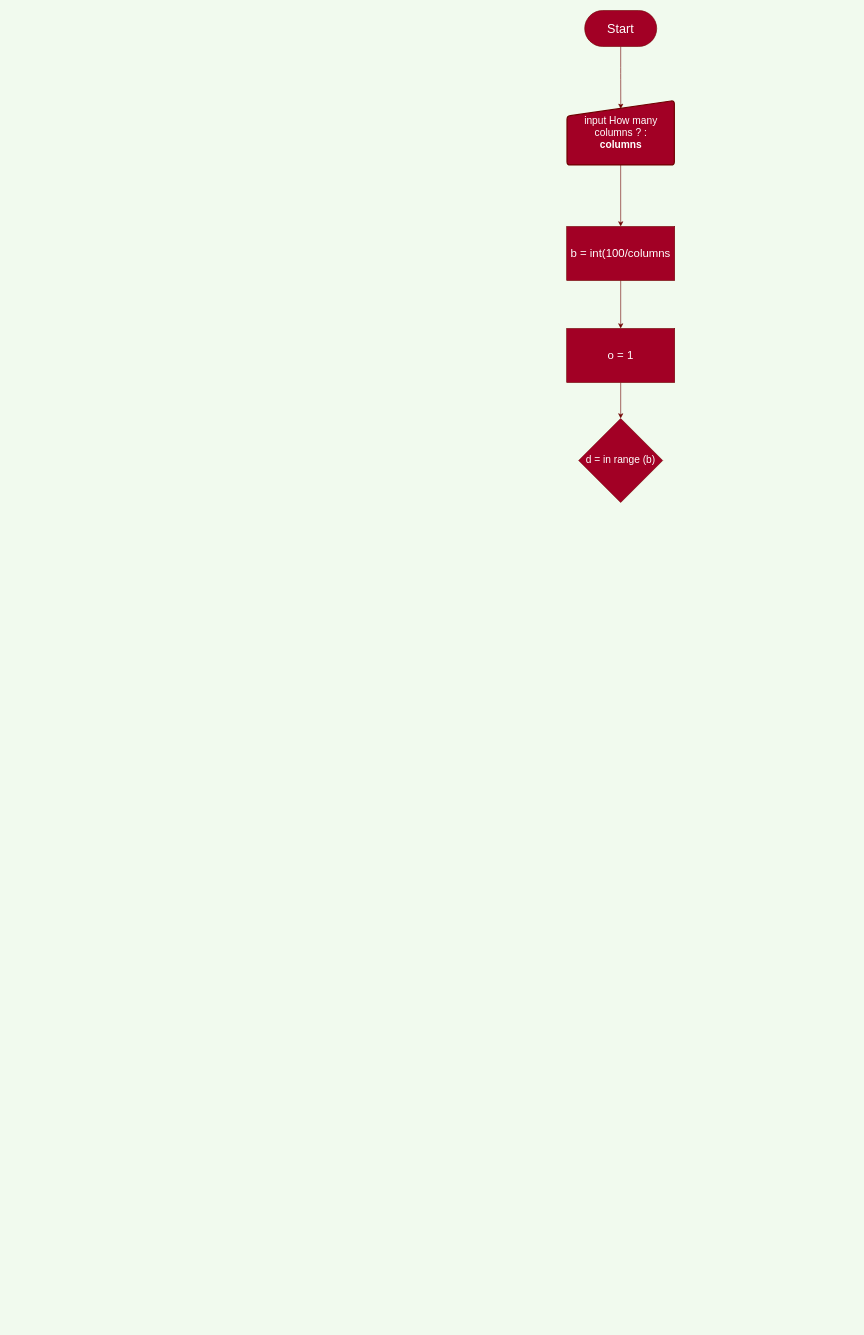
The draw.io diagram Homework/flowHomework_02.drawio in JakapatJod/INE-PYTHON-64, before the edit. Source tidied: cells renumbered, new cells numbered last; positions are measured from the earlier drawing's top-left corner, leaving out a move shared by most shapes. Both pictures are drawn from the tidied source at 60%, with x=0, y=0 at pixel (566, 10).
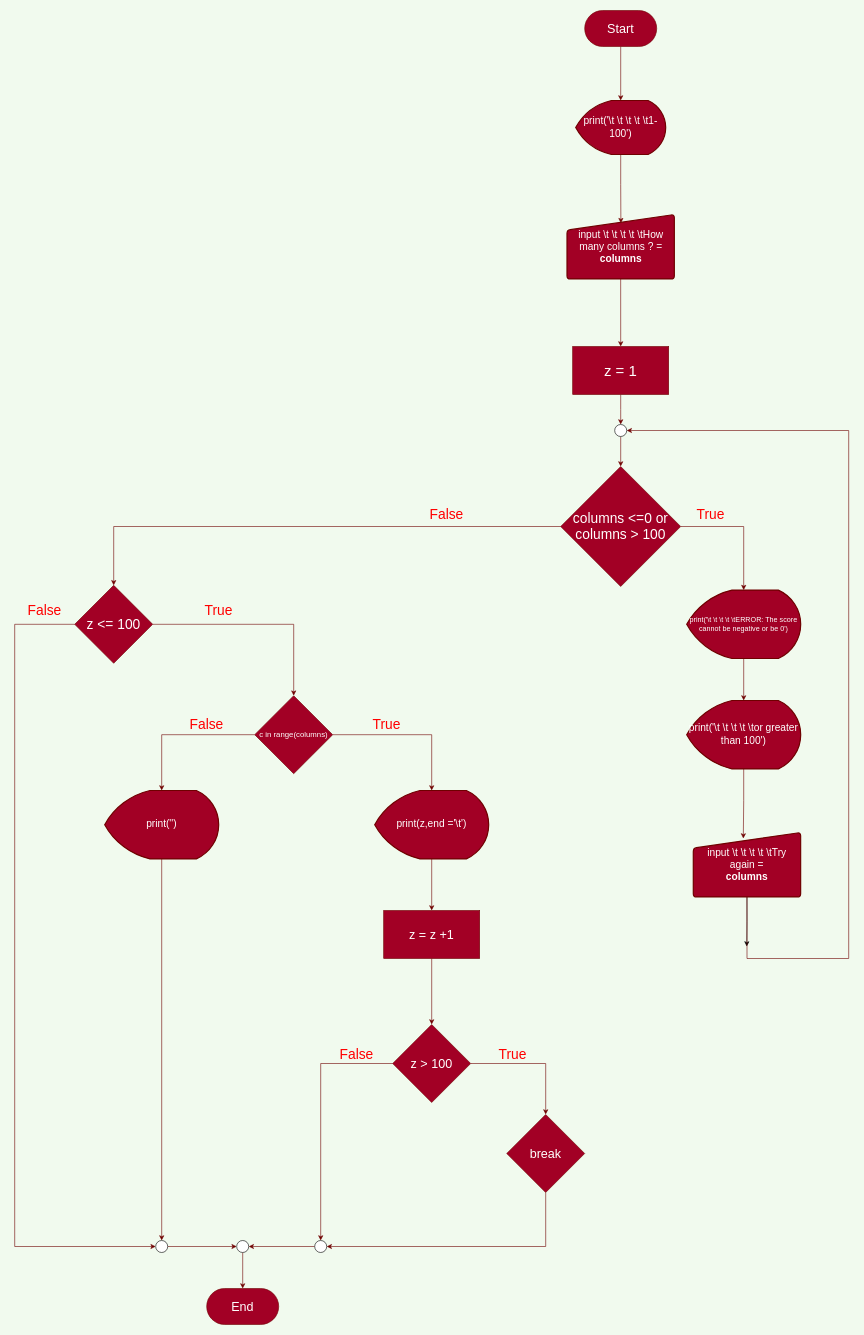
The same diagram, later.

Unchanged cells that the change refers to:
```xml
<mxCell id="3" value="&lt;font style=&quot;font-size: 21px&quot;&gt;Start&lt;/font&gt;" style="rounded=1;whiteSpace=wrap;html=1;arcSize=50;fillColor=#a20025;strokeColor=#6F0000;fontColor=#ffffff;" parent="1" vertex="1">
  <mxGeometry x="30" width="120" height="60" as="geometry" />
</mxCell>
```

What changed in the source:
```diff
@@
-    <mxCell id="2" style="edgeStyle=orthogonalEdgeStyle;curved=0;rounded=1;sketch=0;jettySize=auto;html=1;exitX=0.5;exitY=1;exitDx=0;exitDy=0;fontColor=#1D3557;strokeColor=#6F0000;fillColor=#a20025;entryX=0.501;entryY=0.131;entryDx=0;entryDy=0;entryPerimeter=0;" parent="1" edge="1" source="3" target="5">
-      <mxGeometry relative="1" as="geometry" />
-    </mxCell>
+    <mxCell id="11" style="edgeStyle=orthogonalEdgeStyle;rounded=0;jettySize=auto;html=1;exitX=0.5;exitY=1;exitDx=0;exitDy=0;entryX=0.5;entryY=0;entryDx=0;entryDy=0;entryPerimeter=0;fillColor=#a20025;strokeColor=#6F0000;" parent="1" edge="1" source="3" target="8">
+      <mxGeometry relative="1" as="geometry" />
+    </mxCell>
@@
-    <mxCell id="4" style="edgeStyle=orthogonalEdgeStyle;curved=0;rounded=1;sketch=0;jettySize=auto;html=1;exitX=0.5;exitY=1;exitDx=0;exitDy=0;entryX=0.5;entryY=0;entryDx=0;entryDy=0;fontColor=#1D3557;strokeColor=#6F0000;fillColor=#a20025;" parent="1" edge="1" source="5" target="7">
-      <mxGeometry relative="1" as="geometry" />
-    </mxCell>
+    <mxCell id="12" style="edgeStyle=orthogonalEdgeStyle;rounded=0;jettySize=auto;html=1;exitX=0.5;exitY=1;exitDx=0;exitDy=0;entryX=0.5;entryY=0;entryDx=0;entryDy=0;fillColor=#a20025;strokeColor=#6F0000;" parent="1" edge="1" source="5" target="15">
+      <mxGeometry relative="1" as="geometry" />
+    </mxCell>
-    <mxCell id="5" value="&lt;font style=&quot;font-size: 17px&quot;&gt;input How many columns ? :&lt;br&gt;&lt;b&gt;columns&lt;/b&gt;&lt;br&gt;&lt;/font&gt;" style="html=1;strokeWidth=2;shape=manualInput;whiteSpace=wrap;rounded=1;size=26;arcSize=11;fillColor=#a20025;strokeColor=#6F0000;fontColor=#ffffff;" parent="1" vertex="1">
-      <mxGeometry x="0.5" y="150" width="178.9" height="107.4" as="geometry" />
+    <mxCell id="5" value="&lt;font style=&quot;font-size: 17px&quot;&gt;input \t \t \t \t \tHow many columns ? =&lt;br&gt;&lt;b&gt;columns&lt;/b&gt;&lt;br&gt;&lt;/font&gt;" style="html=1;strokeWidth=2;shape=manualInput;whiteSpace=wrap;rounded=1;size=26;arcSize=11;fillColor=#a20025;strokeColor=#6F0000;fontColor=#ffffff;" parent="1" vertex="1">
+      <mxGeometry x="0.5" y="340" width="178.9" height="107.4" as="geometry" />
     </mxCell>
-    <mxCell id="6" style="edgeStyle=orthogonalEdgeStyle;curved=0;rounded=1;sketch=0;jettySize=auto;html=1;exitX=0.5;exitY=1;exitDx=0;exitDy=0;entryX=0.5;entryY=0;entryDx=0;entryDy=0;fontColor=#1D3557;strokeColor=#6F0000;fillColor=#a20025;" parent="1" edge="1" source="7" target="9">
-      <mxGeometry relative="1" as="geometry" />
-    </mxCell>
-    <mxCell id="7" value="&lt;font style=&quot;font-size: 19px&quot;&gt;b = int(100/columns&lt;/font&gt;" style="rounded=0;whiteSpace=wrap;html=1;sketch=0;fontColor=#ffffff;strokeColor=#6F0000;fillColor=#a20025;" parent="1" vertex="1">
-      <mxGeometry y="360" width="180" height="90" as="geometry" />
-    </mxCell>
+    <mxCell id="13" style="edgeStyle=orthogonalEdgeStyle;rounded=0;jettySize=auto;html=1;exitX=0.5;exitY=1;exitDx=0;exitDy=0;exitPerimeter=0;entryX=0.502;entryY=0.135;entryDx=0;entryDy=0;fillColor=#a20025;strokeColor=#6F0000;entryPerimeter=0;" parent="1" edge="1" source="8" target="5">
+      <mxGeometry relative="1" as="geometry" />
+    </mxCell>
-    <mxCell id="8" style="edgeStyle=orthogonalEdgeStyle;curved=0;rounded=1;sketch=0;jettySize=auto;html=1;exitX=0.5;exitY=1;exitDx=0;exitDy=0;entryX=0.5;entryY=0;entryDx=0;entryDy=0;fontColor=#1D3557;strokeColor=#6F0000;fillColor=#a20025;" parent="1" edge="1" source="9" target="10">
-      <mxGeometry relative="1" as="geometry" />
+    <mxCell id="8" value="&lt;font style=&quot;font-size: 17px&quot;&gt;print('\t \t \t \t \t1-100')&lt;/font&gt;" style="strokeWidth=2;html=1;shape=mxgraph.flowchart.display;whiteSpace=wrap;fillColor=#a20025;strokeColor=#6F0000;fontColor=#ffffff;" parent="1" vertex="1">
+      <mxGeometry x="15" y="150" width="150" height="90" as="geometry" />
     </mxCell>
-    <mxCell id="9" value="&lt;span style=&quot;font-size: 19px&quot;&gt;o = 1&lt;/span&gt;" style="rounded=0;whiteSpace=wrap;html=1;sketch=0;fontColor=#ffffff;strokeColor=#6F0000;fillColor=#a20025;" parent="1" vertex="1">
-      <mxGeometry y="530" width="180" height="90" as="geometry" />
-    </mxCell>
-    <mxCell id="10" value="&lt;font style=&quot;font-size: 17px&quot;&gt;d = in range (b)&lt;/font&gt;" style="rhombus;whiteSpace=wrap;html=1;rounded=0;sketch=0;fontColor=#ffffff;strokeColor=#6F0000;fillColor=#a20025;" parent="1" vertex="1">
-      <mxGeometry x="20" y="680" width="140" height="140" as="geometry" />
-    </mxCell>
+    <mxCell id="14" style="edgeStyle=orthogonalEdgeStyle;rounded=0;jettySize=auto;html=1;exitX=0.5;exitY=1;exitDx=0;exitDy=0;fillColor=#a20025;strokeColor=#6F0000;" parent="1" edge="1" source="15">
+      <mxGeometry relative="1" as="geometry">
+        <mxPoint x="90" y="690" as="targetPoint" />
+      </mxGeometry>
+    </mxCell>
+    <mxCell id="15" value="&lt;font style=&quot;font-size: 25px&quot;&gt;z = 1&lt;/font&gt;" style="rounded=0;whiteSpace=wrap;html=1;fillColor=#a20025;strokeColor=#6F0000;fontColor=#ffffff;" parent="1" vertex="1">
+      <mxGeometry x="10" y="560" width="160" height="80" as="geometry" />
+    </mxCell>
+    <mxCell id="16" style="edgeStyle=orthogonalEdgeStyle;rounded=0;jettySize=auto;html=1;exitX=1;exitY=0.5;exitDx=0;exitDy=0;entryX=0.5;entryY=0;entryDx=0;entryDy=0;entryPerimeter=0;fillColor=#a20025;strokeColor=#6F0000;" parent="1" edge="1" source="18" target="20">
+      <mxGeometry relative="1" as="geometry" />
+    </mxCell>
+    <mxCell id="17" style="edgeStyle=orthogonalEdgeStyle;rounded=0;jettySize=auto;html=1;exitX=0;exitY=0.5;exitDx=0;exitDy=0;fillColor=#a20025;strokeColor=#6F0000;entryX=0.5;entryY=0;entryDx=0;entryDy=0;" parent="1" edge="1" source="18" target="32">
+      <mxGeometry relative="1" as="geometry" />
+    </mxCell>
+    <mxCell id="18" value="&lt;span style=&quot;font-size: 23px&quot;&gt;columns &amp;lt;=0 or columns &amp;gt; 100&lt;/span&gt;" style="rhombus;whiteSpace=wrap;html=1;fillColor=#a20025;strokeColor=#6F0000;fontColor=#ffffff;" parent="1" vertex="1">
+      <mxGeometry x="-10" y="760" width="200" height="200" as="geometry" />
+    </mxCell>
+    <mxCell id="19" style="edgeStyle=orthogonalEdgeStyle;rounded=0;jettySize=auto;html=1;exitX=0.5;exitY=1;exitDx=0;exitDy=0;exitPerimeter=0;entryX=0.5;entryY=0;entryDx=0;entryDy=0;entryPerimeter=0;fillColor=#a20025;strokeColor=#6F0000;" parent="1" edge="1" source="20" target="22">
+      <mxGeometry relative="1" as="geometry" />
+    </mxCell>
+    <mxCell id="20" value="print('\t \t \t \t \tERROR: The score cannot be negative or be 0')" style="strokeWidth=2;html=1;shape=mxgraph.flowchart.display;whiteSpace=wrap;fillColor=#a20025;strokeColor=#6F0000;fontColor=#ffffff;" parent="1" vertex="1">
+      <mxGeometry x="200" y="966" width="190" height="114" as="geometry" />
+    </mxCell>
+    <mxCell id="21" style="edgeStyle=orthogonalEdgeStyle;rounded=0;jettySize=auto;html=1;exitX=0.5;exitY=1;exitDx=0;exitDy=0;exitPerimeter=0;entryX=0.466;entryY=0.093;entryDx=0;entryDy=0;entryPerimeter=0;fillColor=#a20025;strokeColor=#6F0000;" parent="1" edge="1" source="22" target="25">
+      <mxGeometry relative="1" as="geometry" />
+    </mxCell>
+    <mxCell id="22" value="&lt;font style=&quot;font-size: 17px&quot;&gt;print('\t \t \t \t \tor greater than 100')&lt;/font&gt;" style="strokeWidth=2;html=1;shape=mxgraph.flowchart.display;whiteSpace=wrap;fillColor=#a20025;strokeColor=#6F0000;fontColor=#ffffff;" parent="1" vertex="1">
+      <mxGeometry x="200" y="1150" width="190" height="114" as="geometry" />
+    </mxCell>
+    <mxCell id="23" style="edgeStyle=orthogonalEdgeStyle;rounded=0;jettySize=auto;html=1;exitX=0.5;exitY=1;exitDx=0;exitDy=0;" parent="1" edge="1" source="25">
+      <mxGeometry relative="1" as="geometry">
+        <mxPoint x="300.1" y="1560" as="targetPoint" />
+      </mxGeometry>
+    </mxCell>
+    <mxCell id="24" style="edgeStyle=orthogonalEdgeStyle;rounded=0;jettySize=auto;html=1;exitX=0.5;exitY=1;exitDx=0;exitDy=0;fillColor=#a20025;strokeColor=#6F0000;entryX=1;entryY=0.5;entryDx=0;entryDy=0;entryPerimeter=0;" parent="1" edge="1" source="25" target="27">
+      <mxGeometry relative="1" as="geometry">
+        <Array as="points">
+          <mxPoint x="301" y="1580" />
+          <mxPoint x="470" y="1580" />
+          <mxPoint x="470" y="700" />
+        </Array>
+      </mxGeometry>
+    </mxCell>
+    <mxCell id="25" value="&lt;font style=&quot;font-size: 17px&quot;&gt;input \t \t \t \t \tTry again =&lt;br&gt;&lt;b&gt;columns&lt;/b&gt;&lt;br&gt;&lt;/font&gt;" style="html=1;strokeWidth=2;shape=manualInput;whiteSpace=wrap;rounded=1;size=26;arcSize=11;fillColor=#a20025;strokeColor=#6F0000;fontColor=#ffffff;" parent="1" vertex="1">
+      <mxGeometry x="211" y="1370" width="178.9" height="107.4" as="geometry" />
+    </mxCell>
+    <mxCell id="26" style="edgeStyle=orthogonalEdgeStyle;rounded=0;jettySize=auto;html=1;exitX=0.5;exitY=1;exitDx=0;exitDy=0;exitPerimeter=0;entryX=0.5;entryY=0;entryDx=0;entryDy=0;fillColor=#a20025;strokeColor=#6F0000;" parent="1" edge="1" source="27" target="18">
+      <mxGeometry relative="1" as="geometry" />
+    </mxCell>
+    <mxCell id="27" style="verticalLabelPosition=bottom;verticalAlign=top;html=1;shape=mxgraph.flowchart.on-page_reference;" parent="1" vertex="1">
+      <mxGeometry x="80" y="690" width="20" height="20" as="geometry" />
+    </mxCell>
+    <mxCell id="28" value="&lt;font color=&quot;#ff0000&quot; style=&quot;font-size: 23px&quot;&gt;True&lt;/font&gt;" style="text;html=1;strokeColor=none;fillColor=none;align=center;verticalAlign=middle;whiteSpace=wrap;rounded=0;" parent="1" vertex="1">
+      <mxGeometry x="220" y="830" width="40" height="20" as="geometry" />
+    </mxCell>
+    <mxCell id="29" value="&lt;font color=&quot;#ff0000&quot;&gt;&lt;span style=&quot;font-size: 23px&quot;&gt;False&lt;/span&gt;&lt;/font&gt;" style="text;html=1;strokeColor=none;fillColor=none;align=center;verticalAlign=middle;whiteSpace=wrap;rounded=0;" parent="1" vertex="1">
+      <mxGeometry x="-220" y="830" width="40" height="20" as="geometry" />
+    </mxCell>
+    <mxCell id="30" style="edgeStyle=orthogonalEdgeStyle;rounded=0;jettySize=auto;html=1;exitX=1;exitY=0.5;exitDx=0;exitDy=0;entryX=0.5;entryY=0;entryDx=0;entryDy=0;fillColor=#a20025;strokeColor=#6F0000;" parent="1" edge="1" source="32" target="35">
+      <mxGeometry relative="1" as="geometry" />
+    </mxCell>
+    <mxCell id="31" style="edgeStyle=orthogonalEdgeStyle;rounded=0;jettySize=auto;html=1;exitX=0;exitY=0.5;exitDx=0;exitDy=0;fillColor=#a20025;strokeColor=#6F0000;entryX=0;entryY=0.5;entryDx=0;entryDy=0;entryPerimeter=0;" parent="1" edge="1" source="32" target="54">
+      <mxGeometry relative="1" as="geometry">
+        <Array as="points">
+          <mxPoint x="-920" y="1023" />
+          <mxPoint x="-920" y="2060" />
+        </Array>
+      </mxGeometry>
+    </mxCell>
+    <mxCell id="32" value="&lt;span style=&quot;font-size: 23px&quot;&gt;z &amp;lt;= 100&lt;/span&gt;" style="rhombus;whiteSpace=wrap;html=1;fillColor=#a20025;strokeColor=#6F0000;fontColor=#ffffff;" parent="1" vertex="1">
+      <mxGeometry x="-820" y="958" width="130" height="130" as="geometry" />
+    </mxCell>
+    <mxCell id="33" style="edgeStyle=orthogonalEdgeStyle;rounded=0;jettySize=auto;html=1;exitX=1;exitY=0.5;exitDx=0;exitDy=0;entryX=0.5;entryY=0;entryDx=0;entryDy=0;entryPerimeter=0;fillColor=#a20025;strokeColor=#6F0000;" parent="1" edge="1" source="35" target="37">
+      <mxGeometry relative="1" as="geometry" />
+    </mxCell>
+    <mxCell id="34" style="edgeStyle=orthogonalEdgeStyle;rounded=0;jettySize=auto;html=1;exitX=0;exitY=0.5;exitDx=0;exitDy=0;entryX=0.5;entryY=0;entryDx=0;entryDy=0;entryPerimeter=0;fillColor=#a20025;strokeColor=#6F0000;" parent="1" edge="1" source="35" target="48">
+      <mxGeometry relative="1" as="geometry" />
+    </mxCell>
+    <mxCell id="35" value="&lt;font style=&quot;font-size: 13px&quot;&gt;c in range(columns)&lt;/font&gt;" style="rhombus;whiteSpace=wrap;html=1;fillColor=#a20025;strokeColor=#6F0000;fontColor=#ffffff;" parent="1" vertex="1">
+      <mxGeometry x="-520" y="1142" width="130" height="130" as="geometry" />
+    </mxCell>
+    <mxCell id="36" style="edgeStyle=orthogonalEdgeStyle;rounded=0;jettySize=auto;html=1;exitX=0.5;exitY=1;exitDx=0;exitDy=0;exitPerimeter=0;entryX=0.5;entryY=0;entryDx=0;entryDy=0;fillColor=#a20025;strokeColor=#6F0000;" parent="1" edge="1" source="37" target="39">
+      <mxGeometry relative="1" as="geometry" />
+    </mxCell>
+    <mxCell id="37" value="&lt;font style=&quot;font-size: 17px&quot;&gt;print(z,end ='\t')&lt;/font&gt;" style="strokeWidth=2;html=1;shape=mxgraph.flowchart.display;whiteSpace=wrap;fillColor=#a20025;strokeColor=#6F0000;fontColor=#ffffff;" parent="1" vertex="1">
+      <mxGeometry x="-320" y="1300" width="190" height="114" as="geometry" />
+    </mxCell>
+    <mxCell id="38" style="edgeStyle=orthogonalEdgeStyle;rounded=0;jettySize=auto;html=1;exitX=0.5;exitY=1;exitDx=0;exitDy=0;entryX=0.5;entryY=0;entryDx=0;entryDy=0;fillColor=#a20025;strokeColor=#6F0000;" parent="1" edge="1" source="39" target="42">
+      <mxGeometry relative="1" as="geometry" />
+    </mxCell>
+    <mxCell id="39" value="&lt;font style=&quot;font-size: 21px&quot;&gt;z = z +1&lt;/font&gt;" style="rounded=0;whiteSpace=wrap;html=1;fillColor=#a20025;strokeColor=#6F0000;fontColor=#ffffff;" parent="1" vertex="1">
+      <mxGeometry x="-305" y="1500" width="160" height="80" as="geometry" />
+    </mxCell>
+    <mxCell id="40" style="edgeStyle=orthogonalEdgeStyle;rounded=0;jettySize=auto;html=1;exitX=1;exitY=0.5;exitDx=0;exitDy=0;entryX=0.5;entryY=0;entryDx=0;entryDy=0;fillColor=#a20025;strokeColor=#6F0000;" parent="1" edge="1" source="42" target="44">
+      <mxGeometry relative="1" as="geometry" />
+    </mxCell>
+    <mxCell id="41" style="edgeStyle=orthogonalEdgeStyle;rounded=0;jettySize=auto;html=1;exitX=0;exitY=0.5;exitDx=0;exitDy=0;fillColor=#a20025;strokeColor=#6F0000;entryX=0.5;entryY=0;entryDx=0;entryDy=0;entryPerimeter=0;" parent="1" edge="1" source="42" target="56">
+      <mxGeometry relative="1" as="geometry" />
+    </mxCell>
+    <mxCell id="42" value="&lt;font style=&quot;font-size: 21px&quot;&gt;z &amp;gt; 100&lt;/font&gt;" style="rhombus;whiteSpace=wrap;html=1;fillColor=#a20025;strokeColor=#6F0000;fontColor=#ffffff;" parent="1" vertex="1">
+      <mxGeometry x="-290" y="1690" width="130" height="130" as="geometry" />
+    </mxCell>
+    <mxCell id="43" style="edgeStyle=orthogonalEdgeStyle;rounded=0;jettySize=auto;html=1;exitX=0.5;exitY=1;exitDx=0;exitDy=0;fillColor=#a20025;strokeColor=#6F0000;entryX=1;entryY=0.5;entryDx=0;entryDy=0;entryPerimeter=0;" parent="1" edge="1" source="44" target="56">
+      <mxGeometry relative="1" as="geometry" />
+    </mxCell>
+    <mxCell id="44" value="&lt;span style=&quot;font-size: 21px&quot;&gt;break&lt;/span&gt;" style="rhombus;whiteSpace=wrap;html=1;fillColor=#a20025;strokeColor=#6F0000;fontColor=#ffffff;" parent="1" vertex="1">
+      <mxGeometry x="-100" y="1840" width="130" height="130" as="geometry" />
+    </mxCell>
+    <mxCell id="45" value="&lt;font color=&quot;#ff0000&quot; style=&quot;font-size: 23px&quot;&gt;True&lt;/font&gt;" style="text;html=1;strokeColor=none;fillColor=none;align=center;verticalAlign=middle;whiteSpace=wrap;rounded=0;" parent="1" vertex="1">
+      <mxGeometry x="-320" y="1180" width="40" height="20" as="geometry" />
+    </mxCell>
+    <mxCell id="46" value="&lt;font color=&quot;#ff0000&quot; style=&quot;font-size: 23px&quot;&gt;True&lt;/font&gt;" style="text;html=1;strokeColor=none;fillColor=none;align=center;verticalAlign=middle;whiteSpace=wrap;rounded=0;" parent="1" vertex="1">
+      <mxGeometry x="-110" y="1730" width="40" height="20" as="geometry" />
+    </mxCell>
+    <mxCell id="47" style="edgeStyle=orthogonalEdgeStyle;rounded=0;jettySize=auto;html=1;exitX=0.5;exitY=1;exitDx=0;exitDy=0;exitPerimeter=0;fillColor=#a20025;strokeColor=#6F0000;entryX=0.5;entryY=0;entryDx=0;entryDy=0;entryPerimeter=0;" parent="1" edge="1" source="48" target="54">
+      <mxGeometry relative="1" as="geometry" />
+    </mxCell>
+    <mxCell id="48" value="&lt;font style=&quot;font-size: 17px&quot;&gt;print('')&lt;/font&gt;" style="strokeWidth=2;html=1;shape=mxgraph.flowchart.display;whiteSpace=wrap;fillColor=#a20025;strokeColor=#6F0000;fontColor=#ffffff;" parent="1" vertex="1">
+      <mxGeometry x="-770" y="1300" width="190" height="114" as="geometry" />
+    </mxCell>
+    <mxCell id="49" value="&lt;font color=&quot;#ff0000&quot;&gt;&lt;span style=&quot;font-size: 23px&quot;&gt;False&lt;/span&gt;&lt;/font&gt;" style="text;html=1;strokeColor=none;fillColor=none;align=center;verticalAlign=middle;whiteSpace=wrap;rounded=0;" parent="1" vertex="1">
+      <mxGeometry x="-620" y="1180" width="40" height="20" as="geometry" />
+    </mxCell>
+    <mxCell id="50" value="&lt;font color=&quot;#ff0000&quot; style=&quot;font-size: 23px&quot;&gt;True&lt;/font&gt;" style="text;html=1;strokeColor=none;fillColor=none;align=center;verticalAlign=middle;whiteSpace=wrap;rounded=0;" parent="1" vertex="1">
+      <mxGeometry x="-600" y="990" width="40" height="20" as="geometry" />
+    </mxCell>
+    <mxCell id="51" value="&lt;font color=&quot;#ff0000&quot;&gt;&lt;span style=&quot;font-size: 23px&quot;&gt;False&lt;/span&gt;&lt;/font&gt;" style="text;html=1;strokeColor=none;fillColor=none;align=center;verticalAlign=middle;whiteSpace=wrap;rounded=0;" parent="1" vertex="1">
+      <mxGeometry x="-370" y="1730" width="40" height="20" as="geometry" />
+    </mxCell>
+    <mxCell id="52" value="&lt;span style=&quot;font-size: 21px&quot;&gt;End&lt;/span&gt;" style="rounded=1;whiteSpace=wrap;html=1;arcSize=50;fillColor=#a20025;strokeColor=#6F0000;fontColor=#ffffff;" parent="1" vertex="1">
+      <mxGeometry x="-600" y="2130" width="120" height="60" as="geometry" />
+    </mxCell>
+    <mxCell id="53" style="edgeStyle=orthogonalEdgeStyle;rounded=0;jettySize=auto;html=1;exitX=1;exitY=0.5;exitDx=0;exitDy=0;exitPerimeter=0;entryX=0;entryY=0.5;entryDx=0;entryDy=0;entryPerimeter=0;fillColor=#a20025;strokeColor=#6F0000;" parent="1" edge="1" source="54" target="58">
+      <mxGeometry relative="1" as="geometry" />
+    </mxCell>
+    <mxCell id="54" style="verticalLabelPosition=bottom;verticalAlign=top;html=1;shape=mxgraph.flowchart.on-page_reference;" parent="1" vertex="1">
+      <mxGeometry x="-685" y="2050" width="20" height="20" as="geometry" />
+    </mxCell>
+    <mxCell id="55" style="edgeStyle=orthogonalEdgeStyle;rounded=0;jettySize=auto;html=1;exitX=0;exitY=0.5;exitDx=0;exitDy=0;exitPerimeter=0;entryX=1;entryY=0.5;entryDx=0;entryDy=0;entryPerimeter=0;fillColor=#a20025;strokeColor=#6F0000;" parent="1" edge="1" source="56" target="58">
+      <mxGeometry relative="1" as="geometry" />
+    </mxCell>
+    <mxCell id="56" style="verticalLabelPosition=bottom;verticalAlign=top;html=1;shape=mxgraph.flowchart.on-page_reference;" parent="1" vertex="1">
+      <mxGeometry x="-420" y="2050" width="20" height="20" as="geometry" />
+    </mxCell>
+    <mxCell id="57" style="edgeStyle=orthogonalEdgeStyle;rounded=0;jettySize=auto;html=1;exitX=0.5;exitY=1;exitDx=0;exitDy=0;exitPerimeter=0;entryX=0.5;entryY=0;entryDx=0;entryDy=0;fillColor=#a20025;strokeColor=#6F0000;" parent="1" edge="1" source="58" target="52">
+      <mxGeometry relative="1" as="geometry" />
+    </mxCell>
+    <mxCell id="58" style="verticalLabelPosition=bottom;verticalAlign=top;html=1;shape=mxgraph.flowchart.on-page_reference;" parent="1" vertex="1">
+      <mxGeometry x="-550" y="2050" width="20" height="20" as="geometry" />
+    </mxCell>
+    <mxCell id="59" value="&lt;font color=&quot;#ff0000&quot;&gt;&lt;span style=&quot;font-size: 23px&quot;&gt;False&lt;/span&gt;&lt;/font&gt;" style="text;html=1;strokeColor=none;fillColor=none;align=center;verticalAlign=middle;whiteSpace=wrap;rounded=0;" parent="1" vertex="1">
+      <mxGeometry x="-890" y="990" width="40" height="20" as="geometry" />
+    </mxCell>
```
